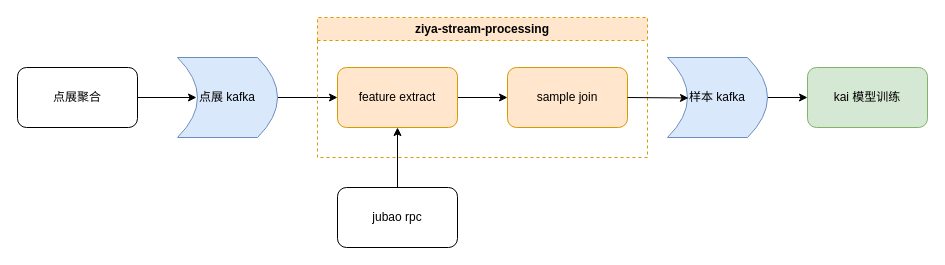
The draw.io diagram hashtag-sample-join.drawio in AmaniCheung/draw.io, before the edit. Source tidied: cells renumbered, new cells numbered last; positions are measured from the earlier drawing's top-left corner, leaving out a move shared by most shapes. Both pictures are drawn from the tidied source at 100%, with x=0, y=0 at pixel (17, 17).
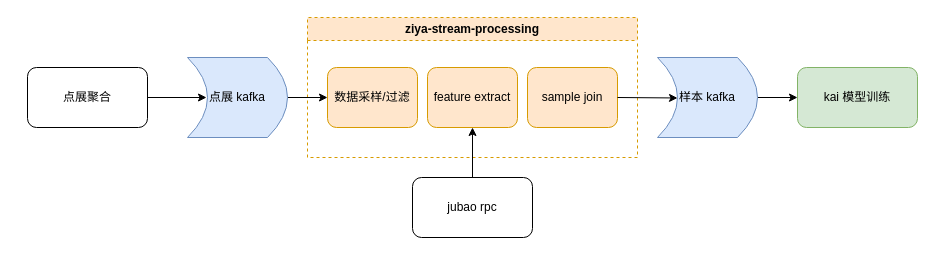
Above is the later version.

The edit, as a diff of the source:
```diff
@@
 <mxGraphModel>
   <root>
     <mxCell id="0" />
     <mxCell id="1" parent="0" />
+    <mxCell id="9" value="ziya-stream-processing" style="swimlane;whiteSpace=wrap;html=1;dashed=1;fillColor=#ffe6cc;strokeColor=#d79b00;" parent="1" vertex="1">
+      <mxGeometry x="290" width="330" height="140" as="geometry" />
+    </mxCell>
+    <mxCell id="5" value="数据采样/过滤" style="whiteSpace=wrap;html=1;rounded=1;fillColor=#ffe6cc;strokeColor=#d79b00;" parent="9" vertex="1">
+      <mxGeometry x="20" y="50" width="90" height="60" as="geometry" />
+    </mxCell>
+    <mxCell id="10" value="sample join" style="whiteSpace=wrap;html=1;rounded=1;fillColor=#ffe6cc;strokeColor=#d79b00;" parent="9" vertex="1">
+      <mxGeometry x="220" y="50" width="90" height="60" as="geometry" />
+    </mxCell>
+    <mxCell id="16" value="feature extract" style="whiteSpace=wrap;html=1;rounded=1;fillColor=#ffe6cc;strokeColor=#d79b00;" parent="9" vertex="1">
+      <mxGeometry x="120" y="50" width="90" height="60" as="geometry" />
+    </mxCell>
     <mxCell id="2" style="edgeStyle=none;html=1;exitX=1;exitY=0.5;exitDx=0;exitDy=0;entryX=0.81;entryY=0.5;entryDx=0;entryDy=0;entryPerimeter=0;" parent="1" edge="1" source="3" target="7">
       <mxGeometry relative="1" as="geometry" />
     </mxCell>
     <mxCell id="3" value="点展聚合" style="rounded=1;whiteSpace=wrap;html=1;" parent="1" vertex="1">
-      <mxGeometry y="50" width="120" height="60" as="geometry" />
+      <mxGeometry x="10" y="50" width="120" height="60" as="geometry" />
     </mxCell>
-    <mxCell id="4" style="edgeStyle=none;html=1;exitX=1;exitY=0.5;exitDx=0;exitDy=0;" parent="1" edge="1" source="5" target="10">
-      <mxGeometry relative="1" as="geometry" />
-    </mxCell>
-    <mxCell id="5" value="feature extract" style="whiteSpace=wrap;html=1;rounded=1;fillColor=#ffe6cc;strokeColor=#d79b00;" parent="1" vertex="1">
-      <mxGeometry x="320" y="50" width="120" height="60" as="geometry" />
-    </mxCell>
     <mxCell id="6" style="edgeStyle=none;html=1;exitX=0;exitY=0.5;exitDx=0;exitDy=0;" parent="1" edge="1" source="7" target="5">
       <mxGeometry relative="1" as="geometry" />
     </mxCell>
     <mxCell id="7" value="点展 kafka" style="shape=dataStorage;whiteSpace=wrap;html=1;fixedSize=1;direction=west;fillColor=#dae8fc;strokeColor=#6c8ebf;" parent="1" vertex="1">
-      <mxGeometry x="160" y="40" width="100" height="80" as="geometry" />
+      <mxGeometry x="170" y="40" width="100" height="80" as="geometry" />
     </mxCell>
     <mxCell id="8" value="kai 模型训练" style="whiteSpace=wrap;html=1;rounded=1;fillColor=#d5e8d4;strokeColor=#82b366;" parent="1" vertex="1">
-      <mxGeometry x="790" y="50" width="120" height="60" as="geometry" />
+      <mxGeometry x="780" y="50" width="120" height="60" as="geometry" />
     </mxCell>
-    <mxCell id="9" value="ziya-stream-processing" style="swimlane;whiteSpace=wrap;html=1;dashed=1;fillColor=#ffe6cc;strokeColor=#d79b00;" parent="1" vertex="1">
-      <mxGeometry x="300" width="330" height="140" as="geometry" />
-    </mxCell>
-    <mxCell id="10" value="sample join" style="whiteSpace=wrap;html=1;rounded=1;fillColor=#ffe6cc;strokeColor=#d79b00;" parent="9" vertex="1">
-      <mxGeometry x="190" y="50" width="120" height="60" as="geometry" />
-    </mxCell>
-    <mxCell id="11" style="edgeStyle=none;html=1;exitX=0.5;exitY=0;exitDx=0;exitDy=0;entryX=0.5;entryY=1;entryDx=0;entryDy=0;" parent="1" edge="1" source="12" target="5">
-      <mxGeometry relative="1" as="geometry" />
-    </mxCell>
+    <mxCell id="17" style="edgeStyle=none;html=1;exitX=0.5;exitY=0;exitDx=0;exitDy=0;entryX=0.5;entryY=1;entryDx=0;entryDy=0;" parent="1" edge="1" source="12" target="16">
+      <mxGeometry relative="1" as="geometry" />
+    </mxCell>
     <mxCell id="12" value="jubao rpc" style="whiteSpace=wrap;html=1;rounded=1;" parent="1" vertex="1">
-      <mxGeometry x="320" y="170" width="120" height="60" as="geometry" />
+      <mxGeometry x="395" y="160" width="120" height="60" as="geometry" />
     </mxCell>
     <mxCell id="13" style="edgeStyle=none;html=1;exitX=0;exitY=0.5;exitDx=0;exitDy=0;" parent="1" edge="1" source="14" target="8">
       <mxGeometry relative="1" as="geometry" />
     </mxCell>
     <mxCell id="14" value="样本 kafka" style="shape=dataStorage;whiteSpace=wrap;html=1;fixedSize=1;direction=west;fillColor=#dae8fc;strokeColor=#6c8ebf;" parent="1" vertex="1">
-      <mxGeometry x="650" y="40" width="100" height="80" as="geometry" />
+      <mxGeometry x="640" y="40" width="100" height="80" as="geometry" />
     </mxCell>
-    <mxCell id="15" style="edgeStyle=none;html=1;exitX=1;exitY=0.5;exitDx=0;exitDy=0;entryX=0.79;entryY=0.494;entryDx=0;entryDy=0;entryPerimeter=0;" parent="1" edge="1" source="10" target="14">
+    <mxCell id="15" style="edgeStyle=none;html=1;exitX=1;exitY=0.5;exitDx=0;exitDy=0;entryX=0.8;entryY=0.494;entryDx=0;entryDy=0;entryPerimeter=0;" parent="1" edge="1" source="10" target="14">
       <mxGeometry relative="1" as="geometry" />
     </mxCell>
   </root>
 </mxGraphModel>
```
